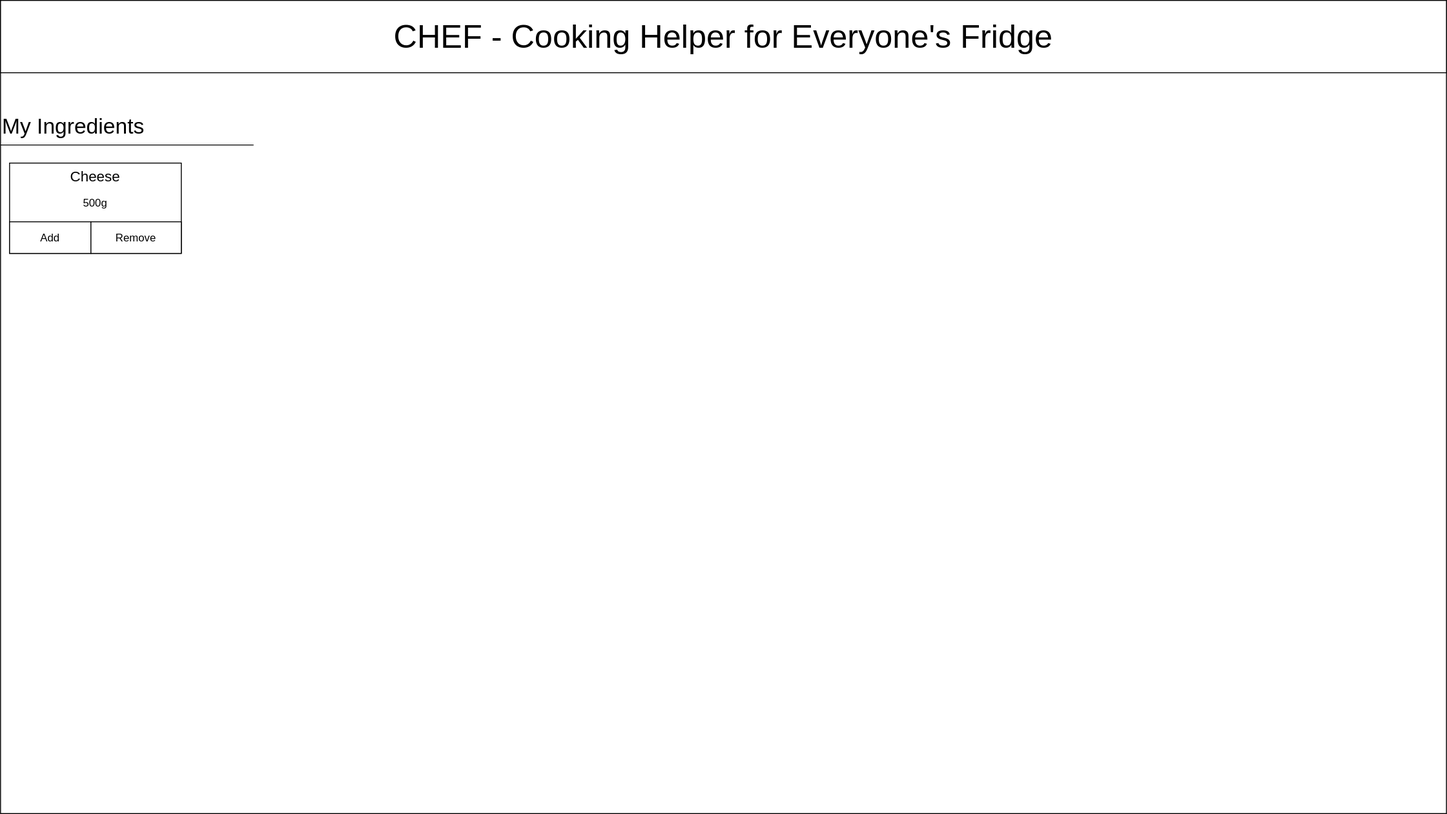
kieranknowles1/CHEFCookingHelperForEveryonesFridge keeps this draw.io diagram as report/figures/InterfacePrototypes.drawio.svg. Above is the earlier version. Source tidied: cells renumbered, new cells last; positions are measured from the earlier drawing's top-left corner, leaving out a move shared by most shapes.
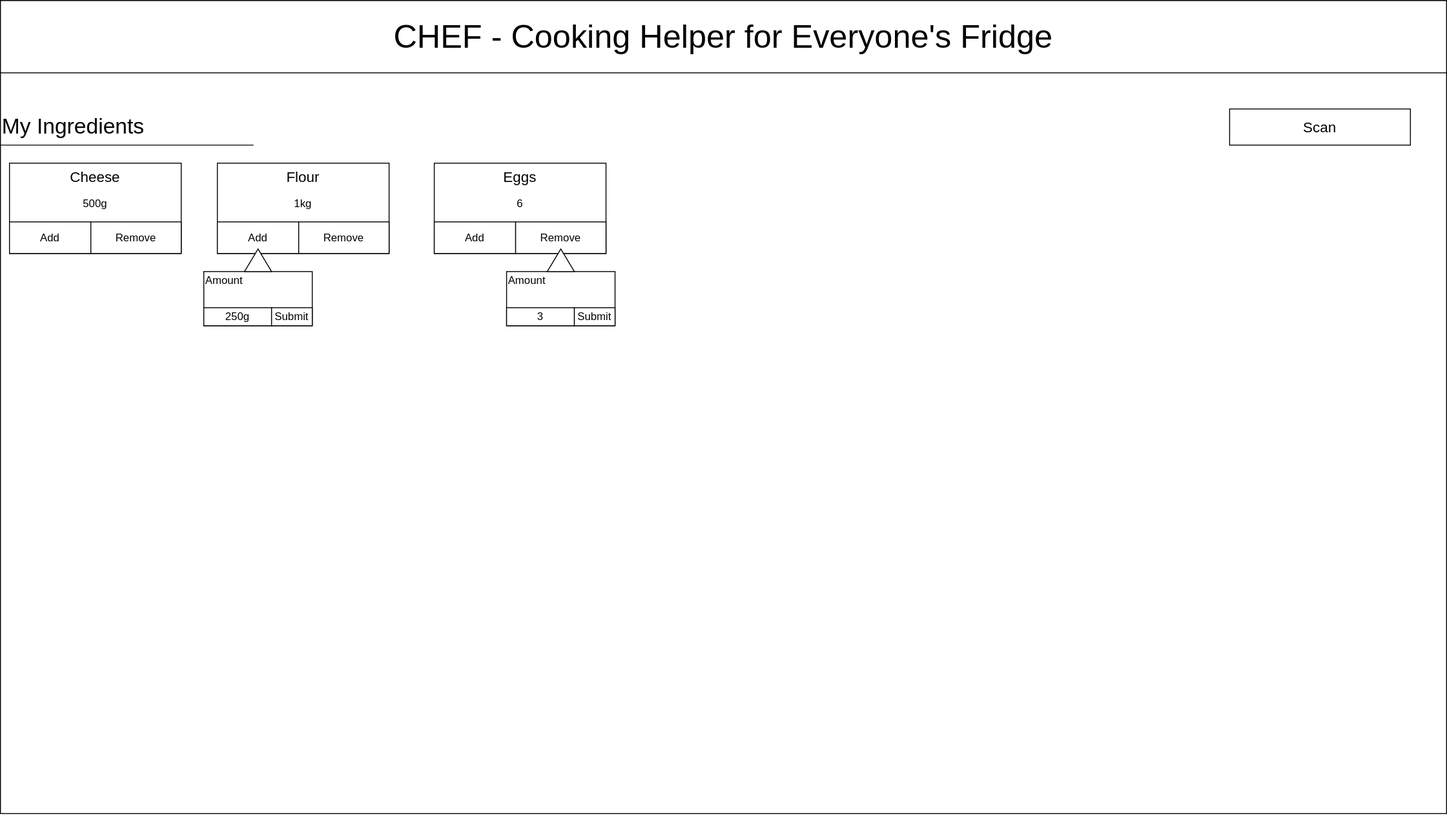
Above is the later version.

Change to the diagram source:
```diff
@@ -2,7 +2,7 @@
   <root>
     <mxCell id="0" />
     <mxCell id="1" parent="0" />
-    <mxCell id="2" style="rounded=0;whiteSpace=wrap;html=1;" parent="1" vertex="1">
+    <mxCell id="2" style="rounded=0;whiteSpace=wrap;html=1;fillColor=none;" parent="1" vertex="1">
       <mxGeometry width="1600" height="900" as="geometry" />
     </mxCell>
     <mxCell id="3" value="&lt;font style=&quot;font-size: 36px;&quot;&gt;CHEF - Cooking Helper for Everyone's Fridge&lt;/font&gt;" style="rounded=0;whiteSpace=wrap;html=1;" parent="1" vertex="1">
@@ -17,20 +17,98 @@
         <mxPoint x="280" y="160" as="targetPoint" />
       </mxGeometry>
     </mxCell>
+    <mxCell id="11" style="group;" parent="1" vertex="1">
+      <mxGeometry x="10" y="180" width="190" height="100" as="geometry" />
+    </mxCell>
-    <mxCell id="6" style="rounded=0;whiteSpace=wrap;html=1;" parent="1" vertex="1">
-      <mxGeometry x="10" y="180" width="190" height="100" as="geometry" />
+    <mxCell id="6" style="rounded=0;whiteSpace=wrap;html=1;" parent="11" vertex="1">
+      <mxGeometry width="190" height="100" as="geometry" />
     </mxCell>
-    <mxCell id="7" value="&lt;font style=&quot;font-size: 16px;&quot;&gt;Cheese&lt;/font&gt;" style="text;html=1;strokeColor=none;fillColor=none;align=center;verticalAlign=middle;whiteSpace=wrap;rounded=0;" parent="1" vertex="1">
-      <mxGeometry x="10" y="180" width="190" height="30" as="geometry" />
+    <mxCell id="7" value="&lt;font style=&quot;font-size: 16px;&quot;&gt;Cheese&lt;/font&gt;" style="text;html=1;strokeColor=none;fillColor=none;align=center;verticalAlign=middle;whiteSpace=wrap;rounded=0;" parent="11" vertex="1">
+      <mxGeometry width="190" height="30" as="geometry" />
     </mxCell>
-    <mxCell id="8" value="500g" style="text;html=1;strokeColor=none;fillColor=none;align=center;verticalAlign=middle;whiteSpace=wrap;rounded=0;" parent="1" vertex="1">
-      <mxGeometry x="10" y="210" width="190" height="30" as="geometry" />
+    <mxCell id="8" value="500g" style="text;html=1;strokeColor=none;fillColor=none;align=center;verticalAlign=middle;whiteSpace=wrap;rounded=0;" parent="11" vertex="1">
+      <mxGeometry y="30" width="190" height="30" as="geometry" />
     </mxCell>
-    <mxCell id="9" value="Add" style="rounded=0;whiteSpace=wrap;html=1;" parent="1" vertex="1">
-      <mxGeometry x="10" y="245" width="90" height="35" as="geometry" />
+    <mxCell id="9" value="Add" style="rounded=0;whiteSpace=wrap;html=1;" parent="11" vertex="1">
+      <mxGeometry y="65" width="90" height="35" as="geometry" />
     </mxCell>
-    <mxCell id="10" value="Remove" style="rounded=0;whiteSpace=wrap;html=1;" parent="1" vertex="1">
-      <mxGeometry x="100" y="245" width="100" height="35" as="geometry" />
+    <mxCell id="10" value="Remove" style="rounded=0;whiteSpace=wrap;html=1;" parent="11" vertex="1">
+      <mxGeometry x="90" y="65" width="100" height="35" as="geometry" />
     </mxCell>
+    <mxCell id="12" style="group;" parent="1" vertex="1">
+      <mxGeometry x="240" y="180" width="190" height="122.5" as="geometry" />
+    </mxCell>
+    <mxCell id="13" style="rounded=0;whiteSpace=wrap;html=1;" parent="12" vertex="1">
+      <mxGeometry width="190" height="100" as="geometry" />
+    </mxCell>
+    <mxCell id="14" value="&lt;font style=&quot;font-size: 16px;&quot;&gt;Flour&lt;/font&gt;" style="text;html=1;strokeColor=none;fillColor=none;align=center;verticalAlign=middle;whiteSpace=wrap;rounded=0;" parent="12" vertex="1">
+      <mxGeometry width="190" height="30" as="geometry" />
+    </mxCell>
+    <mxCell id="15" value="1kg" style="text;html=1;strokeColor=none;fillColor=none;align=center;verticalAlign=middle;whiteSpace=wrap;rounded=0;" parent="12" vertex="1">
+      <mxGeometry y="30" width="190" height="30" as="geometry" />
+    </mxCell>
+    <mxCell id="16" value="Add" style="rounded=0;whiteSpace=wrap;html=1;" parent="12" vertex="1">
+      <mxGeometry y="65" width="90" height="35" as="geometry" />
+    </mxCell>
+    <mxCell id="17" value="Remove" style="rounded=0;whiteSpace=wrap;html=1;" parent="12" vertex="1">
+      <mxGeometry x="90" y="65" width="100" height="35" as="geometry" />
+    </mxCell>
+    <mxCell id="18" style="group;" parent="1" vertex="1">
+      <mxGeometry x="225" y="275" width="120" height="85" as="geometry" />
+    </mxCell>
+    <mxCell id="19" style="rounded=0;whiteSpace=wrap;html=1;" parent="18" vertex="1">
+      <mxGeometry y="25" width="120" height="60" as="geometry" />
+    </mxCell>
+    <mxCell id="20" value="Amount" style="text;html=1;strokeColor=none;fillColor=none;align=left;verticalAlign=middle;whiteSpace=wrap;rounded=0;" parent="18" vertex="1">
+      <mxGeometry y="25" width="60" height="20" as="geometry" />
+    </mxCell>
+    <mxCell id="21" value="250g" style="rounded=0;whiteSpace=wrap;html=1;" parent="18" vertex="1">
+      <mxGeometry y="65" width="75" height="20" as="geometry" />
+    </mxCell>
+    <mxCell id="22" value="Submit" style="rounded=0;whiteSpace=wrap;html=1;" parent="18" vertex="1">
+      <mxGeometry x="75" y="65" width="45" height="20" as="geometry" />
+    </mxCell>
+    <mxCell id="23" style="triangle;whiteSpace=wrap;html=1;rotation=-90;" parent="18" vertex="1">
+      <mxGeometry x="47.5" y="-2.5" width="25" height="30" as="geometry" />
+    </mxCell>
+    <mxCell id="24" style="group;" parent="1" vertex="1">
+      <mxGeometry x="480" y="180" width="190" height="122.5" as="geometry" />
+    </mxCell>
+    <mxCell id="25" style="rounded=0;whiteSpace=wrap;html=1;" parent="24" vertex="1">
+      <mxGeometry width="190" height="100" as="geometry" />
+    </mxCell>
+    <mxCell id="26" value="&lt;font style=&quot;font-size: 16px;&quot;&gt;Eggs&lt;/font&gt;" style="text;html=1;strokeColor=none;fillColor=none;align=center;verticalAlign=middle;whiteSpace=wrap;rounded=0;" parent="24" vertex="1">
+      <mxGeometry width="190" height="30" as="geometry" />
+    </mxCell>
+    <mxCell id="27" value="6" style="text;html=1;strokeColor=none;fillColor=none;align=center;verticalAlign=middle;whiteSpace=wrap;rounded=0;" parent="24" vertex="1">
+      <mxGeometry y="30" width="190" height="30" as="geometry" />
+    </mxCell>
+    <mxCell id="28" value="Add" style="rounded=0;whiteSpace=wrap;html=1;" parent="24" vertex="1">
+      <mxGeometry y="65" width="90" height="35" as="geometry" />
+    </mxCell>
+    <mxCell id="29" value="Remove" style="rounded=0;whiteSpace=wrap;html=1;" parent="24" vertex="1">
+      <mxGeometry x="90" y="65" width="100" height="35" as="geometry" />
+    </mxCell>
+    <mxCell id="30" style="group;" parent="1" vertex="1">
+      <mxGeometry x="560" y="275" width="120" height="85" as="geometry" />
+    </mxCell>
+    <mxCell id="31" style="rounded=0;whiteSpace=wrap;html=1;" parent="30" vertex="1">
+      <mxGeometry y="25" width="120" height="60" as="geometry" />
+    </mxCell>
+    <mxCell id="32" value="Amount" style="text;html=1;strokeColor=none;fillColor=none;align=left;verticalAlign=middle;whiteSpace=wrap;rounded=0;" parent="30" vertex="1">
+      <mxGeometry y="25" width="60" height="20" as="geometry" />
+    </mxCell>
+    <mxCell id="33" value="3" style="rounded=0;whiteSpace=wrap;html=1;" parent="30" vertex="1">
+      <mxGeometry y="65" width="75" height="20" as="geometry" />
+    </mxCell>
+    <mxCell id="34" value="Submit" style="rounded=0;whiteSpace=wrap;html=1;" parent="30" vertex="1">
+      <mxGeometry x="75" y="65" width="45" height="20" as="geometry" />
+    </mxCell>
+    <mxCell id="35" style="triangle;whiteSpace=wrap;html=1;rotation=-90;" parent="30" vertex="1">
+      <mxGeometry x="47.5" y="-2.5" width="25" height="30" as="geometry" />
+    </mxCell>
+    <mxCell id="36" value="&lt;font style=&quot;font-size: 16px;&quot;&gt;Scan&lt;/font&gt;" style="rounded=0;whiteSpace=wrap;html=1;" parent="1" vertex="1">
+      <mxGeometry x="1360" y="120" width="200" height="40" as="geometry" />
+    </mxCell>
   </root>
 </mxGraphModel>
```
